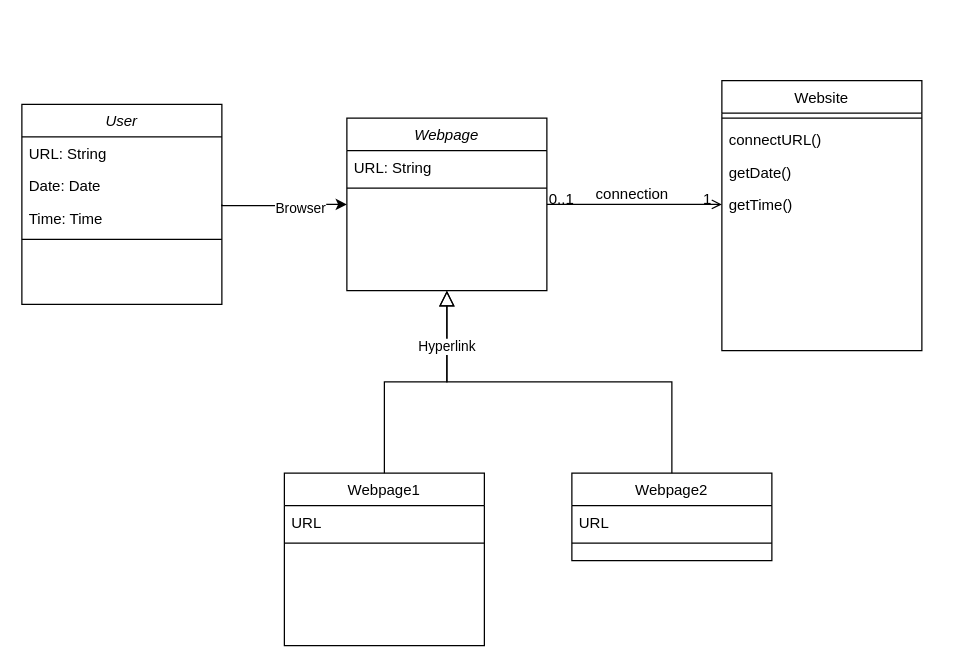
The draw.io diagram ex2.drawio in lopez-gina/Jenkins1, before the edit. Source tidied: cells renumbered, new cells numbered last; positions are measured from the earlier drawing's top-left corner, leaving out a move shared by most shapes. Both pictures are drawn from the tidied source at 125%, with x=0, y=0 at pixel (21, 80).
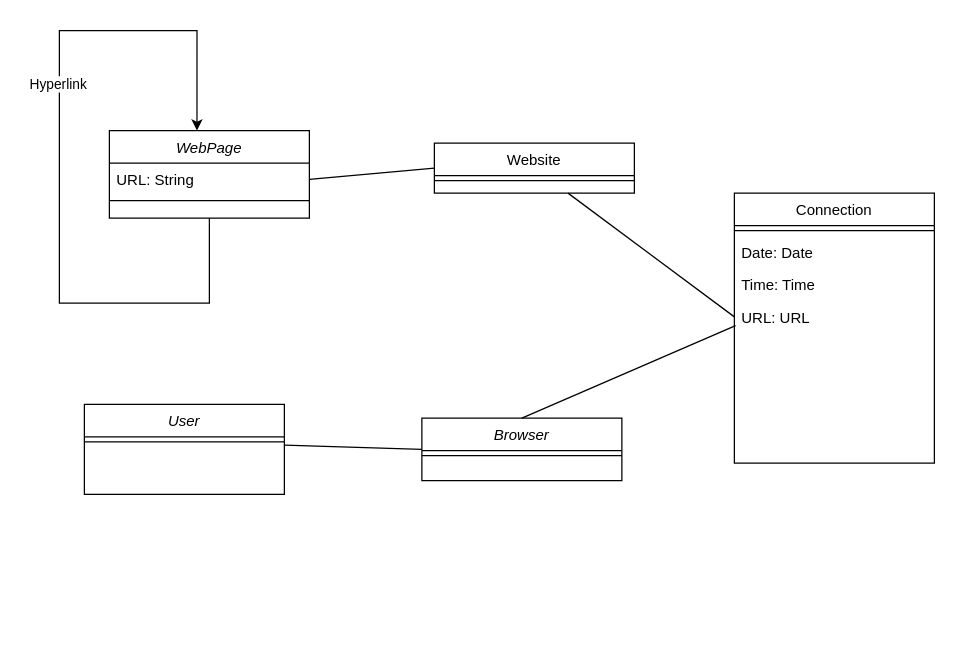
The same page after the edit.

Unchanged cells that the change refers to:
```xml
<mxCell id="3" value="URL: String" style="text;align=left;verticalAlign=top;spacingLeft=4;spacingRight=4;overflow=hidden;points=[[0,0.5],[1,0.5]];portConstraint=eastwest;" parent="2" vertex="1">
  <mxGeometry y="26" width="160" height="26" as="geometry" />
</mxCell>
```

What changed in the source:
```diff
@@
-    <mxCell id="2" value="Webpage" style="swimlane;fontStyle=2;align=center;verticalAlign=top;horizontal=1;startSize=26;rounded=0;shadow=0;strokeWidth=1;" parent="1" vertex="1">
-      <mxGeometry x="260" y="30" width="160" height="138" as="geometry" />
+    <mxCell id="2" value="WebPage" style="swimlane;fontStyle=2;align=center;verticalAlign=top;horizontal=1;startSize=26;rounded=0;shadow=0;strokeWidth=1;" parent="1" vertex="1">
+      <mxGeometry x="70" y="40" width="160" height="70" as="geometry" />
     </mxCell>
@@
-    <mxCell id="5" value="Webpage1" style="swimlane;fontStyle=0;align=center;verticalAlign=top;horizontal=1;startSize=26;rounded=0;shadow=0;strokeWidth=1;" parent="1" vertex="1">
-      <mxGeometry x="210" y="314" width="160" height="138" as="geometry" />
-    </mxCell>
-    <mxCell id="6" value="URL" style="text;align=left;verticalAlign=top;spacingLeft=4;spacingRight=4;overflow=hidden;" parent="5" vertex="1">
-      <mxGeometry y="26" width="160" height="26" as="geometry" />
-    </mxCell>
-    <mxCell id="7" style="line;html=1;strokeWidth=1;align=left;verticalAlign=middle;spacingTop=-1;spacingLeft=3;spacingRight=3;labelPosition=right;" parent="5" vertex="1">
-      <mxGeometry y="52" width="160" height="8" as="geometry" />
-    </mxCell>
-    <mxCell id="8" style="endArrow=block;endSize=10;endFill=0;shadow=0;strokeWidth=1;rounded=0;edgeStyle=elbowEdgeStyle;elbow=vertical;" parent="1" edge="1" source="5" target="2">
-      <mxGeometry relative="1" as="geometry" />
-    </mxCell>
-    <mxCell id="9" value="Webpage2" style="swimlane;fontStyle=0;align=center;verticalAlign=top;horizontal=1;startSize=26;rounded=0;shadow=0;strokeWidth=1;" parent="1" vertex="1">
-      <mxGeometry x="440" y="314" width="160" height="70" as="geometry" />
-    </mxCell>
-    <mxCell id="10" value="URL" style="text;align=left;verticalAlign=top;spacingLeft=4;spacingRight=4;overflow=hidden;" parent="9" vertex="1">
-      <mxGeometry y="26" width="160" height="26" as="geometry" />
-    </mxCell>
-    <mxCell id="11" style="line;html=1;strokeWidth=1;align=left;verticalAlign=middle;spacingTop=-1;spacingLeft=3;spacingRight=3;labelPosition=right;" parent="9" vertex="1">
-      <mxGeometry y="52" width="160" height="8" as="geometry" />
-    </mxCell>
-    <mxCell id="12" style="endArrow=block;endSize=10;endFill=0;shadow=0;strokeWidth=1;rounded=0;edgeStyle=elbowEdgeStyle;elbow=vertical;" parent="1" edge="1" source="9" target="2">
-      <mxGeometry relative="1" as="geometry" />
-    </mxCell>
-    <mxCell id="13" value="Hyperlink" style="edgeLabel;html=1;align=center;verticalAlign=middle;" parent="12" vertex="1">
-      <mxGeometry x="0.73" y="1" relative="1" as="geometry" />
-    </mxCell>
     <mxCell id="14" value="Website" style="swimlane;fontStyle=0;align=center;verticalAlign=top;horizontal=1;startSize=26;rounded=0;shadow=0;strokeWidth=1;" parent="1" vertex="1">
-      <mxGeometry x="560" width="160" height="216" as="geometry" />
+      <mxGeometry x="330" y="50" width="160" height="40" as="geometry" />
     </mxCell>
@@
-    <mxCell id="16" value="connectURL()" style="text;align=left;verticalAlign=top;spacingLeft=4;spacingRight=4;overflow=hidden;" parent="14" vertex="1">
-      <mxGeometry y="34" width="160" height="26" as="geometry" />
-    </mxCell>
-    <mxCell id="17" value="getDate()" style="text;align=left;verticalAlign=top;spacingLeft=4;spacingRight=4;overflow=hidden;" parent="14" vertex="1">
-      <mxGeometry y="60" width="160" height="26" as="geometry" />
-    </mxCell>
-    <mxCell id="18" value="getTime()" style="text;align=left;verticalAlign=top;spacingLeft=4;spacingRight=4;overflow=hidden;" parent="14" vertex="1">
-      <mxGeometry y="86" width="160" height="26" as="geometry" />
-    </mxCell>
-    <mxCell id="19" style="endArrow=open;shadow=0;strokeWidth=1;rounded=0;endFill=1;edgeStyle=elbowEdgeStyle;elbow=vertical;" parent="1" edge="1" source="2" target="14">
-      <mxGeometry x="0.5" y="41" relative="1" as="geometry">
-        <mxPoint x="-40" y="32" as="offset" />
-      </mxGeometry>
-    </mxCell>
-    <mxCell id="20" value="0..1" style="align=left;verticalAlign=bottom;labelBackgroundColor=none;fontSize=12;" parent="19" vertex="1">
-      <mxGeometry x="-1" relative="1" as="geometry">
-        <mxPoint y="4" as="offset" />
-      </mxGeometry>
-    </mxCell>
-    <mxCell id="21" value="1" style="align=right;verticalAlign=bottom;labelBackgroundColor=none;fontSize=12;" parent="19" vertex="1">
-      <mxGeometry x="1" relative="1" as="geometry">
-        <mxPoint x="-7" y="4" as="offset" />
-      </mxGeometry>
-    </mxCell>
-    <mxCell id="22" value="connection" style="text;html=1;align=center;verticalAlign=middle;labelBackgroundColor=none;rounded=0;shadow=0;strokeWidth=1;fontSize=12;" parent="19" vertex="1">
-      <mxGeometry x="0.5" y="49" relative="1" as="geometry">
-        <mxPoint x="-38" y="40" as="offset" />
-      </mxGeometry>
-    </mxCell>
-    <mxCell id="23" style="edgeStyle=orthogonalEdgeStyle;rounded=0;jettySize=auto;html=1;exitX=1;exitY=0.5;exitDx=0;exitDy=0;entryX=0;entryY=0.5;entryDx=0;entryDy=0;" parent="1" edge="1" source="25" target="2">
-      <mxGeometry relative="1" as="geometry">
-        <Array as="points">
-          <mxPoint x="160" y="100" />
-          <mxPoint x="210" y="100" />
-          <mxPoint x="210" y="99" />
-        </Array>
-      </mxGeometry>
-    </mxCell>
+    <mxCell id="25" value="User" style="swimlane;fontStyle=2;align=center;verticalAlign=top;horizontal=1;startSize=26;rounded=0;shadow=0;strokeWidth=1;" parent="1" vertex="1">
+      <mxGeometry x="50" y="259" width="160" height="72" as="geometry" />
+    </mxCell>
+    <mxCell id="29" style="line;html=1;strokeWidth=1;align=left;verticalAlign=middle;spacingTop=-1;spacingLeft=3;spacingRight=3;labelPosition=right;points=[];portConstraint=eastwest;" parent="25" vertex="1">
+      <mxGeometry y="26" width="160" height="8" as="geometry" />
+    </mxCell>
+    <mxCell id="30" style="edgeStyle=orthogonalEdgeStyle;rounded=0;orthogonalLoop=1;jettySize=auto;html=1;exitX=0.5;exitY=1;exitDx=0;exitDy=0;entryX=0.438;entryY=0;entryDx=0;entryDy=0;entryPerimeter=0;" parent="1" edge="1" source="2" target="2">
+      <mxGeometry relative="1" as="geometry">
+        <Array as="points">
+          <mxPoint x="150" y="178" />
+          <mxPoint x="30" y="178" />
+          <mxPoint x="30" y="-40" />
+          <mxPoint x="140" y="-40" />
+        </Array>
+      </mxGeometry>
+    </mxCell>
+    <mxCell id="13" value="Hyperlink" style="edgeLabel;html=1;align=center;verticalAlign=middle;" parent="30" vertex="1">
+      <mxGeometry x="0.22" y="2" relative="1" as="geometry" />
+    </mxCell>
-    <mxCell id="24" value="Browser" style="edgeLabel;html=1;align=center;verticalAlign=middle;points=[];" parent="23" vertex="1">
-      <mxGeometry x="0.25" y="-2" relative="1" as="geometry" />
+    <mxCell id="24" value="Browser" style="swimlane;fontStyle=2;align=center;verticalAlign=top;horizontal=1;startSize=26;rounded=0;shadow=0;strokeWidth=1;" parent="1" vertex="1">
+      <mxGeometry x="320" y="270" width="160" height="50" as="geometry" />
     </mxCell>
-    <mxCell id="25" value="User" style="swimlane;fontStyle=2;align=center;verticalAlign=top;horizontal=1;startSize=26;rounded=0;shadow=0;strokeWidth=1;" parent="1" vertex="1">
-      <mxGeometry y="19" width="160" height="160" as="geometry" />
-    </mxCell>
-    <mxCell id="26" value="URL: String" style="text;align=left;verticalAlign=top;spacingLeft=4;spacingRight=4;overflow=hidden;" parent="25" vertex="1">
-      <mxGeometry y="26" width="160" height="26" as="geometry" />
-    </mxCell>
+    <mxCell id="31" style="line;html=1;strokeWidth=1;align=left;verticalAlign=middle;spacingTop=-1;spacingLeft=3;spacingRight=3;labelPosition=right;" parent="24" vertex="1">
+      <mxGeometry y="26" width="160" height="8" as="geometry" />
+    </mxCell>
+    <mxCell id="32" style="endArrow=none;html=1;rounded=0;entryX=0;entryY=0.5;entryDx=0;entryDy=0;" parent="1" edge="1" source="29" target="24">
+      <mxGeometry relative="1" as="geometry" />
+    </mxCell>
+    <mxCell id="33" value="Connection" style="swimlane;fontStyle=0;align=center;verticalAlign=top;horizontal=1;startSize=26;rounded=0;shadow=0;strokeWidth=1;" parent="1" vertex="1">
+      <mxGeometry x="570" y="90" width="160" height="216" as="geometry" />
+    </mxCell>
+    <mxCell id="34" style="line;html=1;strokeWidth=1;align=left;verticalAlign=middle;spacingTop=-1;spacingLeft=3;spacingRight=3;labelPosition=right;" parent="33" vertex="1">
+      <mxGeometry y="26" width="160" height="8" as="geometry" />
+    </mxCell>
-    <mxCell id="27" value="Date: Date&#10;" style="text;align=left;verticalAlign=top;spacingLeft=4;spacingRight=4;overflow=hidden;" parent="25" vertex="1">
-      <mxGeometry y="52" width="160" height="26" as="geometry" />
+    <mxCell id="27" value="Date: Date" style="text;align=left;verticalAlign=top;spacingLeft=4;spacingRight=4;overflow=hidden;" parent="33" vertex="1">
+      <mxGeometry y="34" width="160" height="26" as="geometry" />
     </mxCell>
-    <mxCell id="28" value="Time: Time&#10;" style="text;align=left;verticalAlign=top;spacingLeft=4;spacingRight=4;overflow=hidden;" parent="25" vertex="1">
-      <mxGeometry y="78" width="160" height="26" as="geometry" />
+    <mxCell id="28" value="Time: Time" style="text;align=left;verticalAlign=top;spacingLeft=4;spacingRight=4;overflow=hidden;" parent="33" vertex="1">
+      <mxGeometry y="60" width="160" height="26" as="geometry" />
     </mxCell>
-    <mxCell id="29" style="line;html=1;strokeWidth=1;align=left;verticalAlign=middle;spacingTop=-1;spacingLeft=3;spacingRight=3;labelPosition=right;points=[];portConstraint=eastwest;" parent="25" vertex="1">
-      <mxGeometry y="104" width="160" height="8" as="geometry" />
-    </mxCell>
+    <mxCell id="35" value="URL: URL" style="text;align=left;verticalAlign=top;spacingLeft=4;spacingRight=4;overflow=hidden;points=[[0,0.5],[1,0.5]];portConstraint=eastwest;" parent="33" vertex="1">
+      <mxGeometry y="86" width="160" height="26" as="geometry" />
+    </mxCell>
+    <mxCell id="36" style="endArrow=none;html=1;rounded=0;entryX=0;entryY=0.5;entryDx=0;entryDy=0;exitX=1;exitY=0.5;exitDx=0;exitDy=0;" parent="1" edge="1" source="3" target="14">
+      <mxGeometry relative="1" as="geometry" />
+    </mxCell>
+    <mxCell id="37" style="endArrow=none;html=1;rounded=0;exitX=0;exitY=0.5;exitDx=0;exitDy=0;" parent="1" edge="1" source="35" target="14">
+      <mxGeometry relative="1" as="geometry" />
+    </mxCell>
+    <mxCell id="38" style="endArrow=none;html=1;rounded=0;entryX=0.006;entryY=0.769;entryDx=0;entryDy=0;entryPerimeter=0;exitX=0.5;exitY=0;exitDx=0;exitDy=0;" parent="1" edge="1" source="24" target="35">
+      <mxGeometry relative="1" as="geometry" />
+    </mxCell>
```
